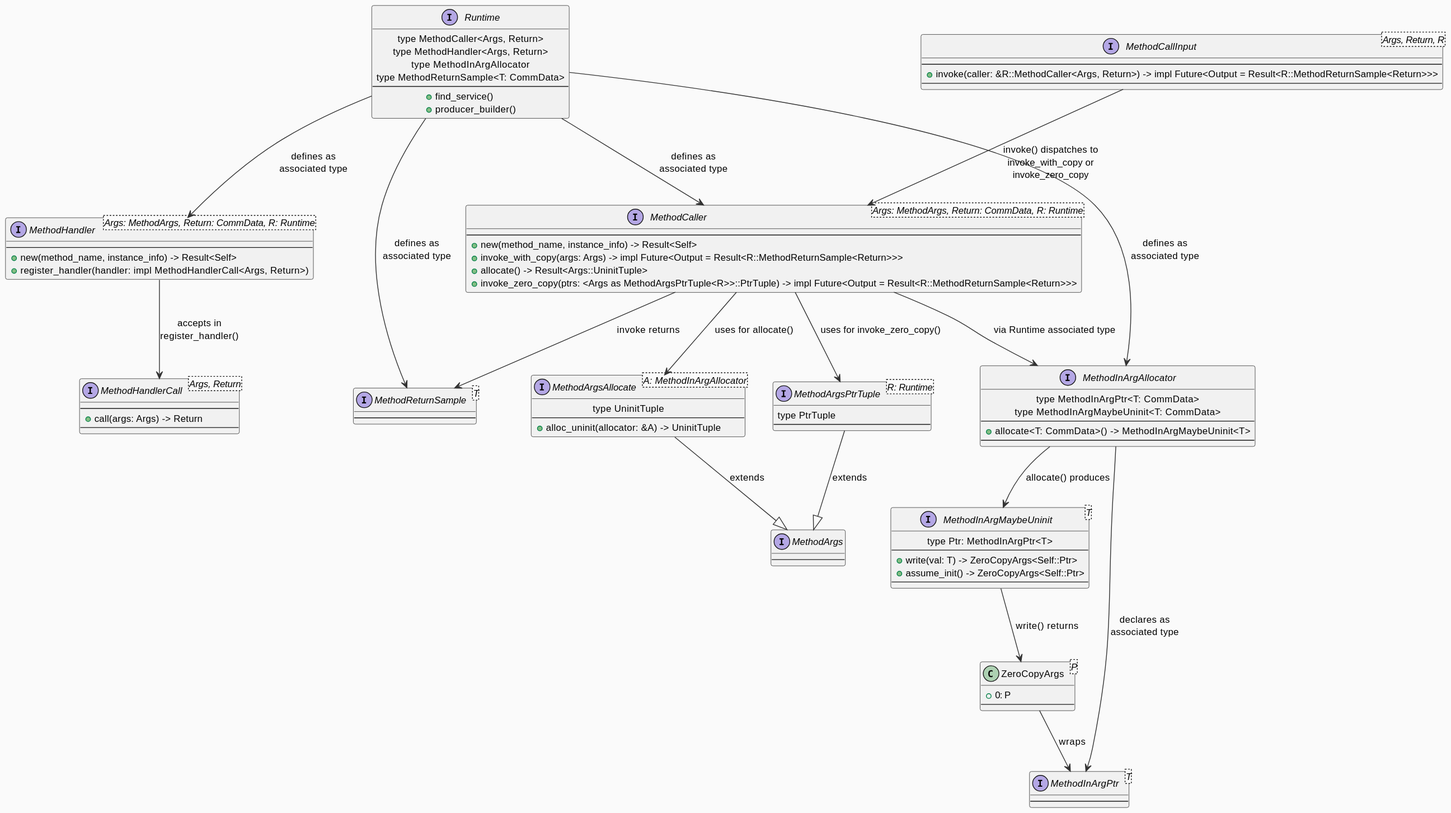
Earlier version of the PlantUML export score/mw/com/rust/design/method_trait_diagram.svg (eclipse-score/communication).
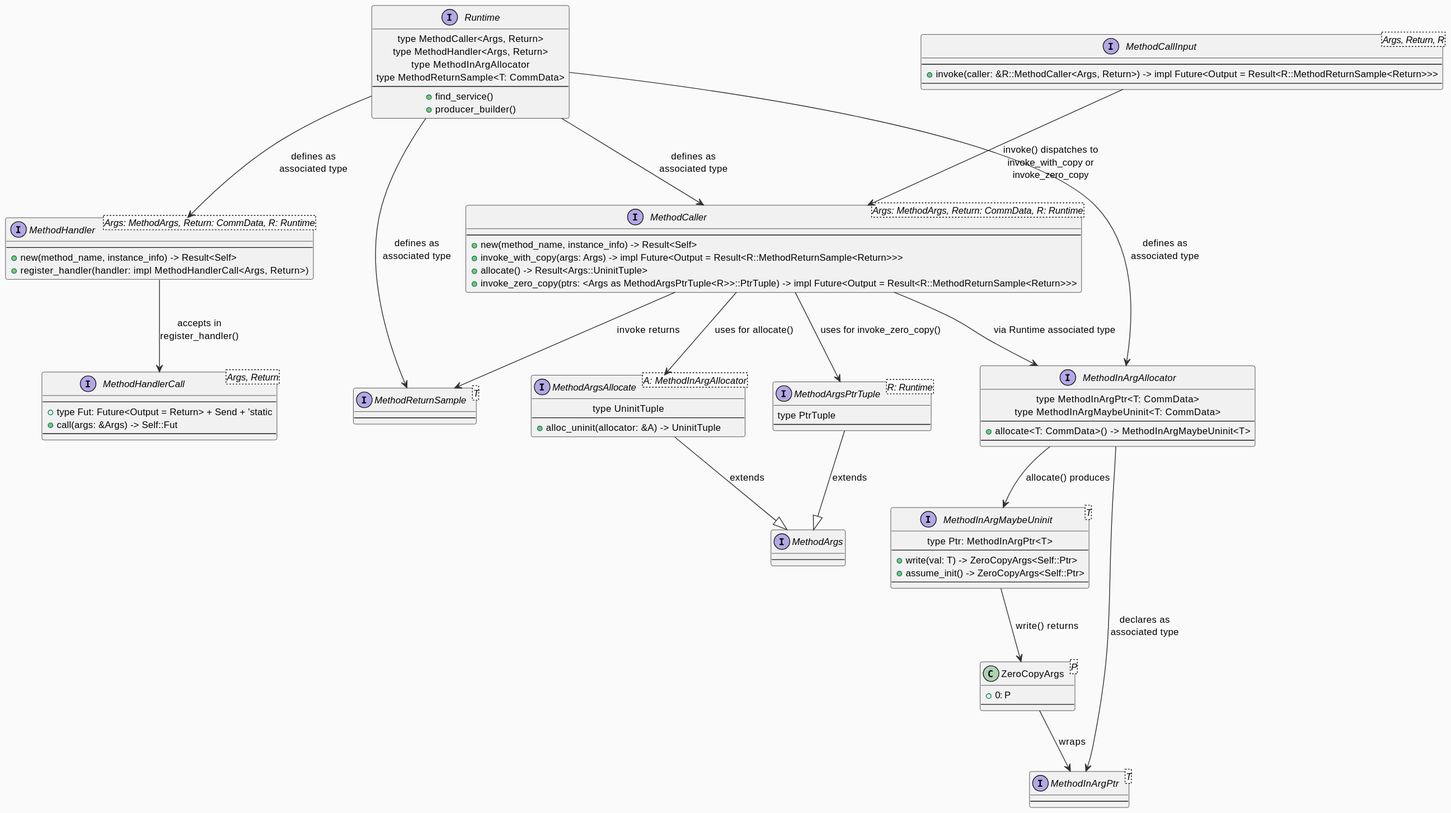
After the change.

Diff of the diagram source:
```diff
@@ -58,7 +58,8 @@
 
 interface "MethodHandlerCall<Args, Return>" as MethodHandlerCall {
   ---
-  + call(args: Args) -> Return
+  + type Fut: Future<Output = Return> + Send + 'static
+  + call(args: &Args) -> Self::Fut
   ---
 }
 
```
